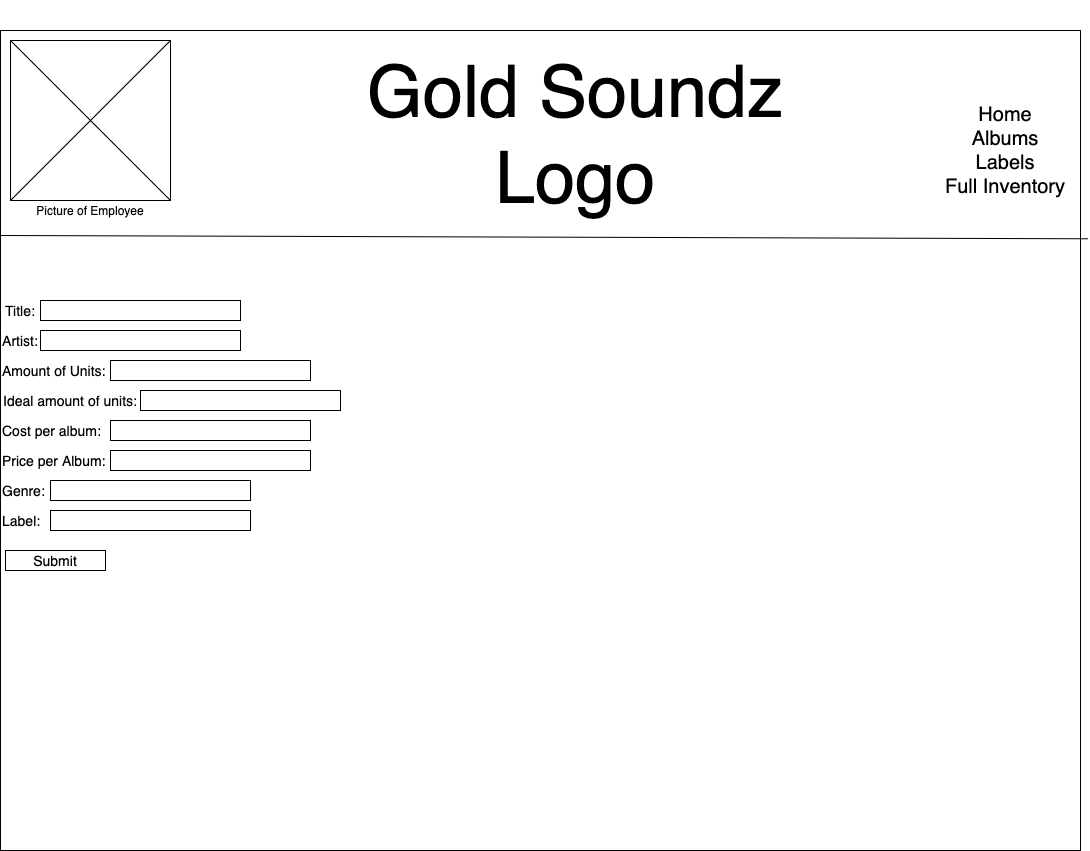
Earlier version of the draw.io export wireframe add album.png (RatBoyJim/GoldSoundz). Source tidied: cells renumbered, new cells last; positions are measured from the earlier drawing's top-left corner, leaving out a move shared by most shapes. Source of this version:
```xml
<mxGraphModel>
  <root>
    <mxCell id="0" />
    <mxCell id="1" parent="0" />
    <mxCell id="2" style="rounded=0;whiteSpace=wrap;html=1;sketch=0;strokeColor=#000000;fillColor=none;" parent="1" vertex="1">
      <mxGeometry y="30" width="1080" height="820" as="geometry" />
    </mxCell>
    <mxCell id="3" style="endArrow=none;html=1;exitX=0;exitY=0.25;exitDx=0;exitDy=0;entryX=1.007;entryY=0.254;entryDx=0;entryDy=0;entryPerimeter=0;" parent="1" edge="1" source="2" target="2">
      <mxGeometry relative="1" as="geometry" />
    </mxCell>
    <mxCell id="4" style="whiteSpace=wrap;html=1;sketch=0;strokeColor=#000000;fillColor=none;" parent="1" vertex="1">
      <mxGeometry x="10" y="40" width="160" height="160" as="geometry" />
    </mxCell>
    <mxCell id="5" style="endArrow=none;html=1;entryX=0;entryY=0;entryDx=0;entryDy=0;exitX=1;exitY=1;exitDx=0;exitDy=0;" parent="1" edge="1" source="4" target="4">
      <mxGeometry relative="1" as="geometry" />
    </mxCell>
    <mxCell id="6" style="endArrow=none;html=1;entryX=0;entryY=1;entryDx=0;entryDy=0;exitX=1;exitY=0;exitDx=0;exitDy=0;" parent="1" edge="1" source="4" target="4">
      <mxGeometry relative="1" as="geometry" />
    </mxCell>
    <mxCell id="7" value="Picture of Employee" style="text;html=1;strokeColor=none;fillColor=none;align=center;verticalAlign=middle;whiteSpace=wrap;rounded=0;sketch=0;" parent="1" vertex="1">
      <mxGeometry x="30" y="200" width="120" height="20" as="geometry" />
    </mxCell>
    <mxCell id="8" value="Gold Soundz Logo" style="text;html=1;strokeColor=none;fillColor=none;align=center;verticalAlign=middle;whiteSpace=wrap;rounded=0;sketch=0;fontSize=72;" parent="1" vertex="1">
      <mxGeometry x="310" width="530" height="270" as="geometry" />
    </mxCell>
    <mxCell id="9" value="Home&lt;br&gt;Albums&lt;br&gt;Labels&lt;br&gt;Full Inventory" style="text;html=1;strokeColor=none;fillColor=none;align=center;verticalAlign=middle;whiteSpace=wrap;rounded=0;sketch=0;fontSize=20;" parent="1" vertex="1">
      <mxGeometry x="930" y="90" width="150" height="120" as="geometry" />
    </mxCell>
    <mxCell id="10" style="rounded=0;whiteSpace=wrap;html=1;" parent="1" vertex="1">
      <mxGeometry x="40" y="300" width="200" height="20" as="geometry" />
    </mxCell>
    <mxCell id="11" value="&lt;font style=&quot;font-size: 14px&quot;&gt;Title:&lt;/font&gt;" style="text;html=1;strokeColor=none;fillColor=none;align=center;verticalAlign=middle;whiteSpace=wrap;rounded=0;" parent="1" vertex="1">
      <mxGeometry y="300" width="40" height="20" as="geometry" />
    </mxCell>
    <mxCell id="12" value="&lt;font style=&quot;font-size: 14px&quot;&gt;Artist:&lt;/font&gt;" style="text;html=1;strokeColor=none;fillColor=none;align=center;verticalAlign=middle;whiteSpace=wrap;rounded=0;" parent="1" vertex="1">
      <mxGeometry y="330" width="40" height="20" as="geometry" />
    </mxCell>
    <mxCell id="13" style="rounded=0;whiteSpace=wrap;html=1;" parent="1" vertex="1">
      <mxGeometry x="40" y="330" width="200" height="20" as="geometry" />
    </mxCell>
    <mxCell id="14" value="&lt;font style=&quot;font-size: 14px&quot;&gt;Amount of Units:&amp;nbsp;&lt;/font&gt;" style="text;html=1;strokeColor=none;fillColor=none;align=left;verticalAlign=middle;whiteSpace=wrap;rounded=0;" parent="1" vertex="1">
      <mxGeometry y="360" width="110" height="20" as="geometry" />
    </mxCell>
    <mxCell id="15" value="&lt;font style=&quot;font-size: 14px&quot;&gt;Ideal amount of units:&lt;/font&gt;" style="text;html=1;strokeColor=none;fillColor=none;align=center;verticalAlign=middle;whiteSpace=wrap;rounded=0;" parent="1" vertex="1">
      <mxGeometry y="390" width="140" height="20" as="geometry" />
    </mxCell>
    <mxCell id="16" value="&lt;font style=&quot;font-size: 14px&quot;&gt;Cost per album:&lt;/font&gt;" style="text;html=1;strokeColor=none;fillColor=none;align=left;verticalAlign=middle;whiteSpace=wrap;rounded=0;" parent="1" vertex="1">
      <mxGeometry y="420" width="120" height="20" as="geometry" />
    </mxCell>
    <mxCell id="17" value="&lt;font style=&quot;font-size: 14px&quot;&gt;Price per Album:&lt;/font&gt;" style="text;html=1;strokeColor=none;fillColor=none;align=left;verticalAlign=middle;whiteSpace=wrap;rounded=0;" parent="1" vertex="1">
      <mxGeometry y="450" width="110" height="20" as="geometry" />
    </mxCell>
    <mxCell id="18" value="&lt;font style=&quot;font-size: 14px&quot;&gt;Genre:&lt;/font&gt;" style="text;html=1;strokeColor=none;fillColor=none;align=left;verticalAlign=middle;whiteSpace=wrap;rounded=0;" parent="1" vertex="1">
      <mxGeometry y="480" width="40" height="20" as="geometry" />
    </mxCell>
    <mxCell id="19" value="Label:" style="text;html=1;strokeColor=none;fillColor=none;align=left;verticalAlign=middle;whiteSpace=wrap;rounded=0;fontSize=14;" parent="1" vertex="1">
      <mxGeometry y="510" width="40" height="20" as="geometry" />
    </mxCell>
    <mxCell id="20" style="rounded=0;whiteSpace=wrap;html=1;" parent="1" vertex="1">
      <mxGeometry x="110" y="360" width="200" height="20" as="geometry" />
    </mxCell>
    <mxCell id="21" style="rounded=0;whiteSpace=wrap;html=1;" parent="1" vertex="1">
      <mxGeometry x="140" y="390" width="200" height="20" as="geometry" />
    </mxCell>
    <mxCell id="22" style="rounded=0;whiteSpace=wrap;html=1;" parent="1" vertex="1">
      <mxGeometry x="110" y="420" width="200" height="20" as="geometry" />
    </mxCell>
    <mxCell id="23" style="rounded=0;whiteSpace=wrap;html=1;" parent="1" vertex="1">
      <mxGeometry x="110" y="450" width="200" height="20" as="geometry" />
    </mxCell>
    <mxCell id="24" style="rounded=0;whiteSpace=wrap;html=1;" parent="1" vertex="1">
      <mxGeometry x="50" y="480" width="200" height="20" as="geometry" />
    </mxCell>
    <mxCell id="25" style="rounded=0;whiteSpace=wrap;html=1;" parent="1" vertex="1">
      <mxGeometry x="50" y="510" width="200" height="20" as="geometry" />
    </mxCell>
    <mxCell id="26" style="rounded=0;whiteSpace=wrap;html=1;" parent="1" vertex="1">
      <mxGeometry x="5" y="550" width="100" height="20" as="geometry" />
    </mxCell>
    <mxCell id="27" value="Submit" style="text;html=1;strokeColor=none;fillColor=none;align=center;verticalAlign=middle;whiteSpace=wrap;rounded=0;fontSize=14;" parent="1" vertex="1">
      <mxGeometry x="5" y="550" width="100" height="20" as="geometry" />
    </mxCell>
  </root>
</mxGraphModel>
```
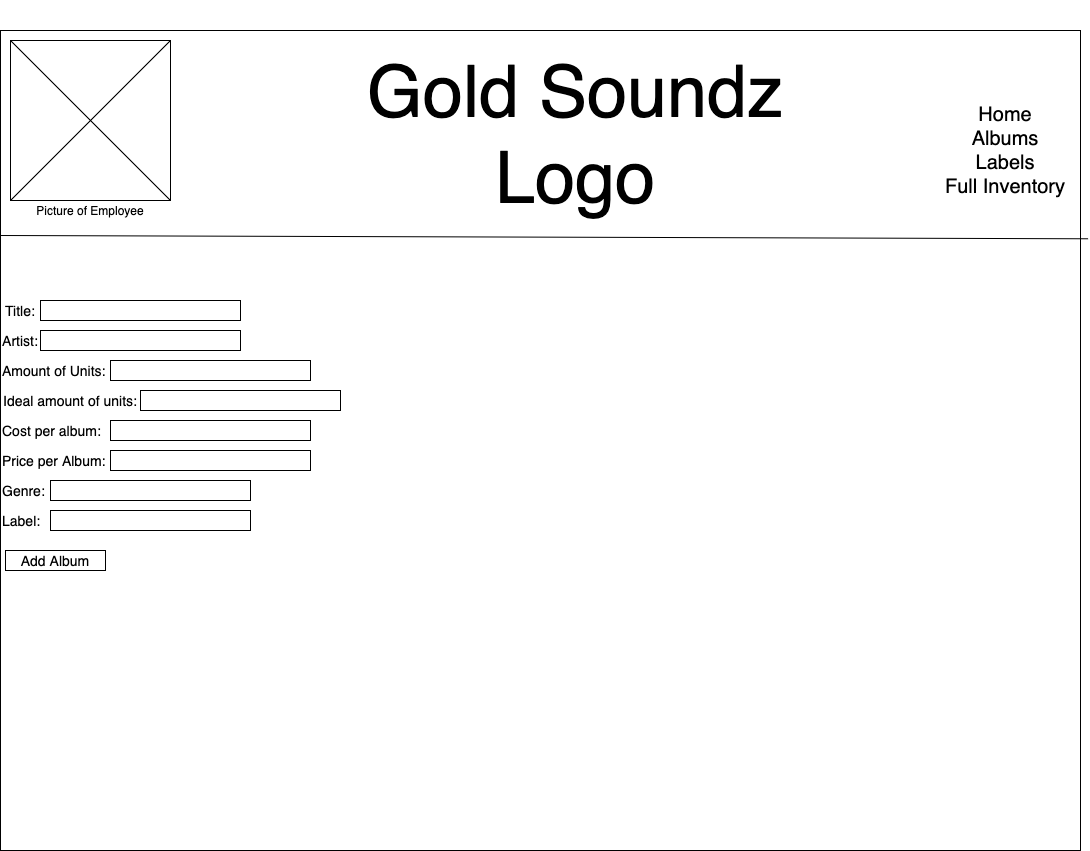
The same diagram one commit later.

Change to the diagram source:
```diff
@@ -77,7 +77,7 @@
     <mxCell id="26" style="rounded=0;whiteSpace=wrap;html=1;" parent="1" vertex="1">
       <mxGeometry x="5" y="550" width="100" height="20" as="geometry" />
     </mxCell>
-    <mxCell id="27" value="Submit" style="text;html=1;strokeColor=none;fillColor=none;align=center;verticalAlign=middle;whiteSpace=wrap;rounded=0;fontSize=14;" parent="1" vertex="1">
+    <mxCell id="27" value="Add Album" style="text;html=1;strokeColor=none;fillColor=none;align=center;verticalAlign=middle;whiteSpace=wrap;rounded=0;fontSize=14;" parent="1" vertex="1">
       <mxGeometry x="5" y="550" width="100" height="20" as="geometry" />
     </mxCell>
   </root>
```
